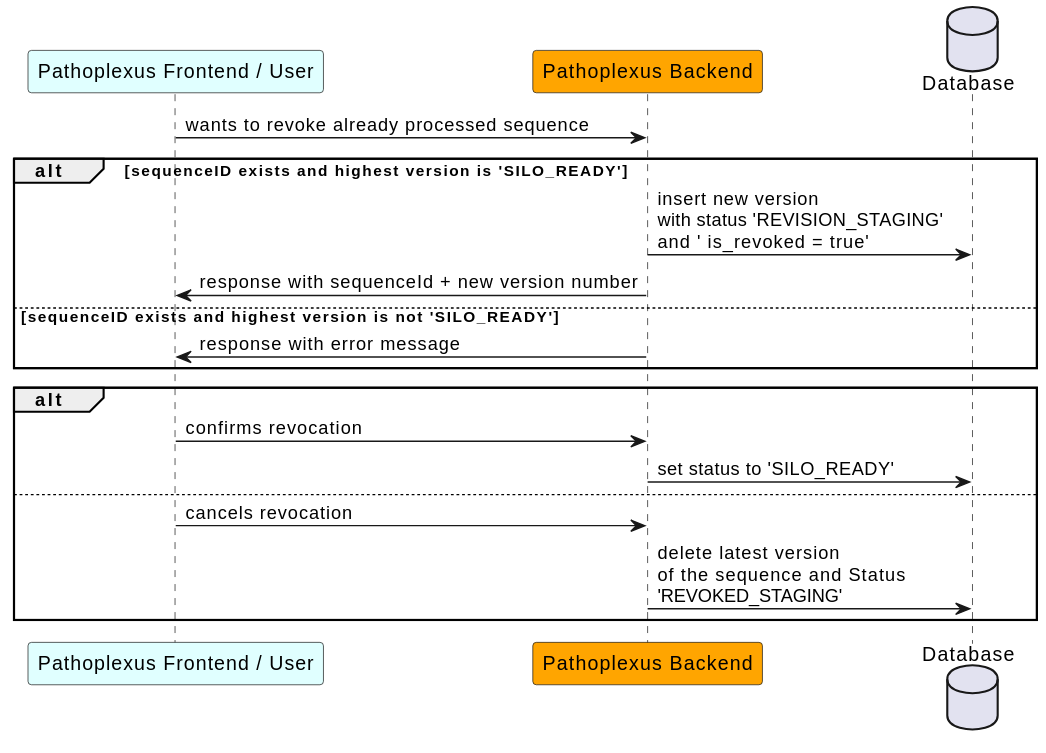
Above: backend/docs/plantuml/sequenceRevocation.svg in loculus-project/loculus (PlantUML), before the change. The source it was exported from:
```plantuml
@startuml
    participant "Pathoplexus Frontend / User" as frontend #LightCyan
    participant "Pathoplexus Backend" as backend #Orange
    database "Database" as DB

    frontend -> backend: wants to revoke already processed sequence

     alt sequenceID exists and highest version is 'SILO_READY'
        backend -> DB: insert new version\nwith status 'REVISION_STAGING' \nand ' is_revoked = true'
    backend -> frontend: response with sequenceId + new version number
    else sequenceID exists and highest version is not 'SILO_READY'
        backend -> frontend: response with error message
    end

    alt
        frontend -> backend: confirms revocation
        backend -> DB: set status to 'SILO_READY'
    else
        frontend -> backend: cancels revocation
        backend -> DB: delete latest version \nof the sequence and Status \n'REVOKED_STAGING'
    end
@enduml
```
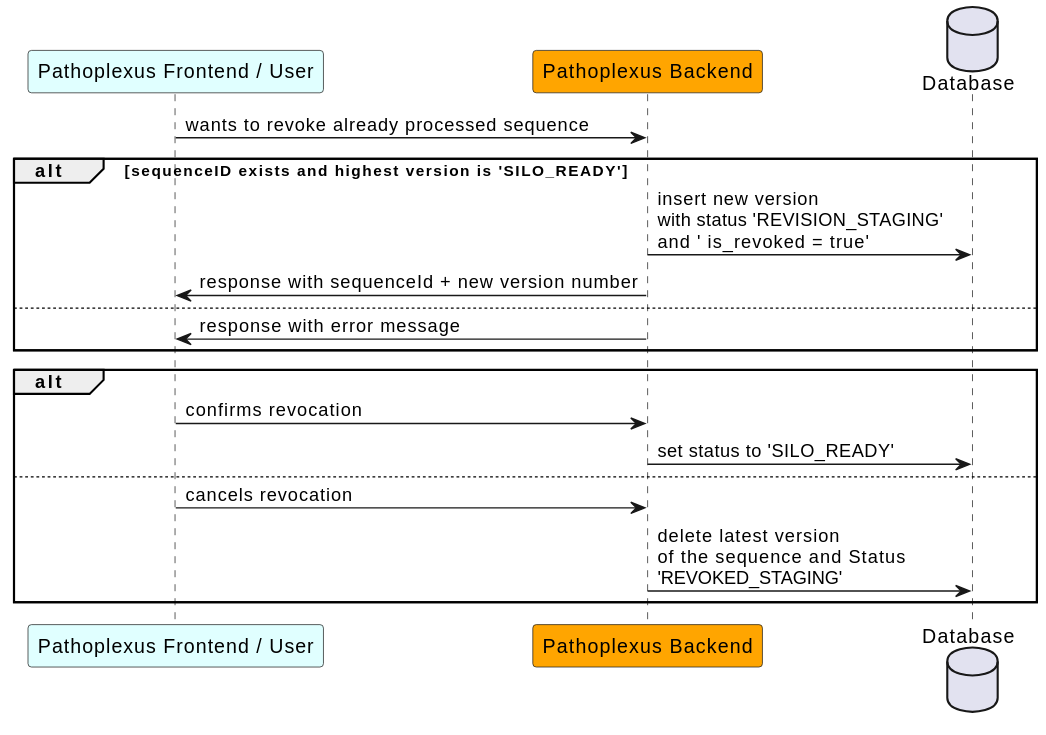
After the change.

What changed in the source:
```diff
@@ -8,7 +8,7 @@
      alt sequenceID exists and highest version is 'SILO_READY'
         backend -> DB: insert new version\nwith status 'REVISION_STAGING' \nand ' is_revoked = true'
     backend -> frontend: response with sequenceId + new version number
-    else sequenceID exists and highest version is not 'SILO_READY'
+    else
         backend -> frontend: response with error message
     end
 
```
